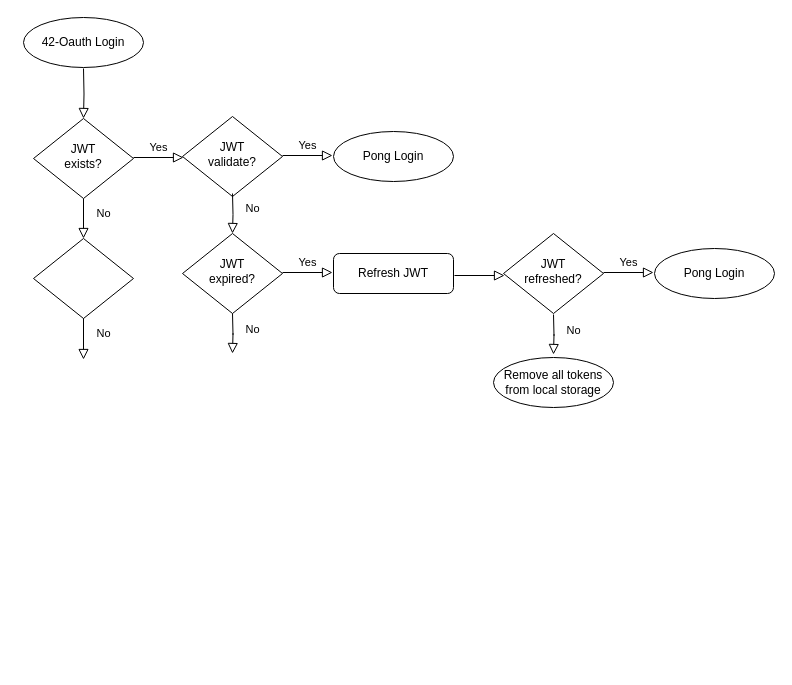
Above: transcendence-login.drawio in WallyPfister/transcendence (draw.io), before the change. Source tidied: cells renumbered, new cells numbered last; positions are measured from the earlier drawing's top-left corner, leaving out a move shared by most shapes. Both pictures are drawn from the tidied source at 100%, with x=0, y=0 at pixel (23, 17).
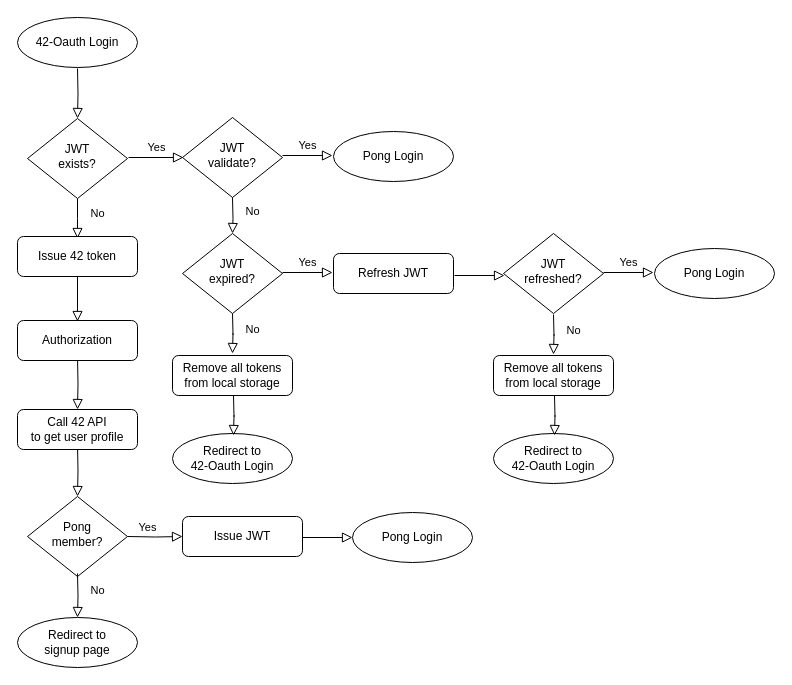
After the change.

Commit message (it also covers changes not shown here):
[DOCS] : Update login flowchart

Unchanged cells that the change refers to:
```xml
<mxCell id="14" value="JWT&lt;br&gt;expired?" style="rhombus;whiteSpace=wrap;html=1;shadow=0;fontFamily=Helvetica;fontSize=12;align=center;strokeWidth=1;spacing=6;spacingTop=-4;" parent="1" vertex="1">
  <mxGeometry x="159" y="216" width="100" height="80" as="geometry" />
</mxCell>
```

The edit, as a diff of the source:
```diff
@@
     <mxCell id="2" style="rounded=0;html=1;jettySize=auto;fontSize=11;endArrow=block;endFill=0;endSize=8;strokeWidth=1;shadow=0;labelBackgroundColor=none;edgeStyle=orthogonalEdgeStyle;" parent="1" edge="1" target="5">
       <mxGeometry relative="1" as="geometry">
-        <mxPoint x="60" y="51" as="sourcePoint" />
+        <mxPoint x="54" y="51" as="sourcePoint" />
       </mxGeometry>
     </mxCell>
-    <mxCell id="3" value="No" style="rounded=0;html=1;jettySize=auto;fontSize=11;endArrow=block;endFill=0;endSize=8;strokeWidth=1;shadow=0;labelBackgroundColor=none;edgeStyle=orthogonalEdgeStyle;" parent="1" edge="1" source="5" target="7">
-      <mxGeometry x="-0.25" y="20" relative="1" as="geometry" />
+    <mxCell id="3" value="No" style="rounded=0;html=1;jettySize=auto;fontSize=11;endArrow=block;endFill=0;endSize=8;strokeWidth=1;shadow=0;labelBackgroundColor=none;edgeStyle=orthogonalEdgeStyle;" parent="1" edge="1" source="5">
+      <mxGeometry x="-0.25" y="20" relative="1" as="geometry">
+        <mxPoint x="54" y="221" as="targetPoint" />
+      </mxGeometry>
     </mxCell>
-    <mxCell id="4" value="Yes" style="edgeStyle=orthogonalEdgeStyle;rounded=0;html=1;jettySize=auto;orthogonalLoop=1;fontSize=11;endArrow=block;endFill=0;endSize=8;strokeWidth=1;shadow=0;labelBackgroundColor=none;" parent="1" edge="1">
-      <mxGeometry y="10" relative="1" as="geometry">
-        <mxPoint x="110" y="140" as="sourcePoint" />
+    <mxCell id="4" value="Yes" style="edgeStyle=orthogonalEdgeStyle;rounded=0;html=1;jettySize=auto;orthogonalLoop=1;fontSize=11;endArrow=block;endFill=0;endSize=8;strokeWidth=1;shadow=0;labelBackgroundColor=none;entryX=0;entryY=0.5;entryDx=0;entryDy=0;" parent="1" edge="1">
+      <mxGeometry x="0.03" y="10" relative="1" as="geometry">
+        <mxPoint x="105" y="140" as="sourcePoint" />
         <mxPoint x="160" y="140" as="targetPoint" />
       </mxGeometry>
     </mxCell>
     <mxCell id="5" value="JWT&lt;br&gt;exists?" style="rhombus;whiteSpace=wrap;html=1;shadow=0;fontFamily=Helvetica;fontSize=12;align=center;strokeWidth=1;spacing=6;spacingTop=-4;" parent="1" vertex="1">
-      <mxGeometry x="10" y="101" width="100" height="80" as="geometry" />
+      <mxGeometry x="4" y="101" width="100" height="80" as="geometry" />
     </mxCell>
-    <mxCell id="6" value="No" style="rounded=0;html=1;jettySize=auto;orthogonalLoop=1;fontSize=11;endArrow=block;endFill=0;endSize=8;strokeWidth=1;shadow=0;labelBackgroundColor=none;edgeStyle=orthogonalEdgeStyle;" parent="1" edge="1">
+    <mxCell id="6" style="rounded=0;html=1;jettySize=auto;orthogonalLoop=1;fontSize=11;endArrow=block;endFill=0;endSize=8;strokeWidth=1;shadow=0;labelBackgroundColor=none;edgeStyle=orthogonalEdgeStyle;" parent="1" edge="1">
       <mxGeometry x="-0.16" y="20" relative="1" as="geometry">
-        <mxPoint x="60" y="297" as="sourcePoint" />
-        <mxPoint x="60" y="342" as="targetPoint" />
+        <mxPoint x="54" y="259" as="sourcePoint" />
+        <mxPoint x="54" y="304" as="targetPoint" />
       </mxGeometry>
     </mxCell>
-    <mxCell id="7" style="rhombus;whiteSpace=wrap;html=1;shadow=0;fontFamily=Helvetica;fontSize=12;align=center;strokeWidth=1;spacing=6;spacingTop=-4;" parent="1" vertex="1">
-      <mxGeometry x="10" y="221" width="100" height="80" as="geometry" />
-    </mxCell>
@@
     <mxCell id="9" value="42-Oauth Login" style="ellipse;whiteSpace=wrap;html=1;" parent="1" vertex="1">
-      <mxGeometry width="120" height="50" as="geometry" />
+      <mxGeometry x="-6" width="120" height="50" as="geometry" />
     </mxCell>
@@
     <mxCell id="11" value="JWT&lt;br&gt;validate?" style="rhombus;whiteSpace=wrap;html=1;shadow=0;fontFamily=Helvetica;fontSize=12;align=center;strokeWidth=1;spacing=6;spacingTop=-4;" parent="1" vertex="1">
-      <mxGeometry x="159" y="99" width="100" height="80" as="geometry" />
+      <mxGeometry x="159" y="100" width="100" height="80" as="geometry" />
     </mxCell>
@@
     <mxCell id="13" value="No" style="rounded=0;html=1;jettySize=auto;fontSize=11;endArrow=block;endFill=0;endSize=8;strokeWidth=1;shadow=0;labelBackgroundColor=none;edgeStyle=orthogonalEdgeStyle;" parent="1" edge="1" target="14">
       <mxGeometry x="-0.25" y="20" relative="1" as="geometry">
-        <mxPoint x="209" y="176" as="sourcePoint" />
+        <mxPoint x="209" y="180" as="sourcePoint" />
       </mxGeometry>
     </mxCell>
@@
-    <mxCell id="22" value="Remove all tokens&lt;br&gt;from local storage" style="ellipse;whiteSpace=wrap;html=1;" parent="1" vertex="1">
-      <mxGeometry x="470" y="340" width="120" height="50" as="geometry" />
-    </mxCell>
+    <mxCell id="23" value="Redirect to&lt;br&gt;42-Oauth Login" style="ellipse;whiteSpace=wrap;html=1;" parent="1" vertex="1">
+      <mxGeometry x="149" y="416" width="120" height="50" as="geometry" />
+    </mxCell>
+    <mxCell id="24" value="Remove all tokens&lt;br&gt;from local storage" style="rounded=1;whiteSpace=wrap;html=1;fontSize=12;glass=0;strokeWidth=1;shadow=0;" parent="1" vertex="1">
+      <mxGeometry x="149" y="338" width="120" height="40" as="geometry" />
+    </mxCell>
+    <mxCell id="25" style="rounded=0;html=1;jettySize=auto;orthogonalLoop=1;fontSize=11;endArrow=block;endFill=0;endSize=8;strokeWidth=1;shadow=0;labelBackgroundColor=none;edgeStyle=orthogonalEdgeStyle;" parent="1" edge="1">
+      <mxGeometry x="-0.25" y="20" relative="1" as="geometry">
+        <mxPoint x="210" y="378" as="sourcePoint" />
+        <mxPoint x="210" y="418" as="targetPoint" />
+      </mxGeometry>
+    </mxCell>
+    <mxCell id="26" value="Redirect to&lt;br&gt;42-Oauth Login" style="ellipse;whiteSpace=wrap;html=1;" parent="1" vertex="1">
+      <mxGeometry x="470" y="416" width="120" height="50" as="geometry" />
+    </mxCell>
+    <mxCell id="27" value="Remove all tokens&lt;br&gt;from local storage" style="rounded=1;whiteSpace=wrap;html=1;fontSize=12;glass=0;strokeWidth=1;shadow=0;" parent="1" vertex="1">
+      <mxGeometry x="470" y="338" width="120" height="40" as="geometry" />
+    </mxCell>
+    <mxCell id="28" style="rounded=0;html=1;jettySize=auto;orthogonalLoop=1;fontSize=11;endArrow=block;endFill=0;endSize=8;strokeWidth=1;shadow=0;labelBackgroundColor=none;edgeStyle=orthogonalEdgeStyle;" parent="1" edge="1">
+      <mxGeometry x="-0.25" y="20" relative="1" as="geometry">
+        <mxPoint x="531" y="378" as="sourcePoint" />
+        <mxPoint x="531" y="418" as="targetPoint" />
+      </mxGeometry>
+    </mxCell>
+    <mxCell id="29" value="Issue 42 token" style="rounded=1;whiteSpace=wrap;html=1;fontSize=12;glass=0;strokeWidth=1;shadow=0;" parent="1" vertex="1">
+      <mxGeometry x="-6" y="219" width="120" height="40" as="geometry" />
+    </mxCell>
+    <mxCell id="30" style="rounded=0;html=1;jettySize=auto;fontSize=11;endArrow=block;endFill=0;endSize=8;strokeWidth=1;shadow=0;labelBackgroundColor=none;edgeStyle=orthogonalEdgeStyle;entryX=0.5;entryY=0;entryDx=0;entryDy=0;" parent="1" edge="1" target="33">
+      <mxGeometry x="-0.16" y="20" relative="1" as="geometry">
+        <mxPoint x="54" y="340" as="sourcePoint" />
+      </mxGeometry>
+    </mxCell>
+    <mxCell id="31" value="Authorization" style="rounded=1;whiteSpace=wrap;html=1;fontSize=12;glass=0;strokeWidth=1;shadow=0;" parent="1" vertex="1">
+      <mxGeometry x="-6" y="303" width="120" height="40" as="geometry" />
+    </mxCell>
+    <mxCell id="32" style="rounded=0;html=1;jettySize=auto;fontSize=11;endArrow=block;endFill=0;endSize=8;strokeWidth=1;shadow=0;labelBackgroundColor=none;edgeStyle=orthogonalEdgeStyle;entryX=0.5;entryY=0;entryDx=0;entryDy=0;" parent="1" edge="1" target="34">
+      <mxGeometry x="-0.16" y="20" relative="1" as="geometry">
+        <mxPoint x="54" y="427" as="sourcePoint" />
+      </mxGeometry>
+    </mxCell>
+    <mxCell id="33" value="Call 42 API&lt;br&gt;to get user profile" style="rounded=1;whiteSpace=wrap;html=1;fontSize=12;glass=0;strokeWidth=1;shadow=0;" parent="1" vertex="1">
+      <mxGeometry x="-6" y="392" width="120" height="40" as="geometry" />
+    </mxCell>
+    <mxCell id="34" value="Pong&lt;br&gt;member?" style="rhombus;whiteSpace=wrap;html=1;shadow=0;fontFamily=Helvetica;fontSize=12;align=center;strokeWidth=1;spacing=6;spacingTop=-4;" parent="1" vertex="1">
+      <mxGeometry x="4" y="479" width="100" height="80" as="geometry" />
+    </mxCell>
+    <mxCell id="35" value="Yes" style="edgeStyle=orthogonalEdgeStyle;rounded=0;html=1;jettySize=auto;fontSize=11;endArrow=block;endFill=0;endSize=8;strokeWidth=1;shadow=0;labelBackgroundColor=none;entryX=0;entryY=0.5;entryDx=0;entryDy=0;" parent="1" edge="1" target="38">
+      <mxGeometry x="-0.29" y="9" relative="1" as="geometry">
+        <mxPoint x="104" y="519" as="sourcePoint" />
+      </mxGeometry>
+    </mxCell>
+    <mxCell id="36" value="No" style="rounded=0;html=1;jettySize=auto;fontSize=11;endArrow=block;endFill=0;endSize=8;strokeWidth=1;shadow=0;labelBackgroundColor=none;edgeStyle=orthogonalEdgeStyle;entryX=0.5;entryY=0;entryDx=0;entryDy=0;" parent="1" edge="1" target="37">
+      <mxGeometry x="-0.25" y="20" relative="1" as="geometry">
+        <mxPoint x="54" y="556" as="sourcePoint" />
+      </mxGeometry>
+    </mxCell>
+    <mxCell id="37" value="Redirect to&lt;br&gt;signup page" style="ellipse;whiteSpace=wrap;html=1;" parent="1" vertex="1">
+      <mxGeometry x="-6" y="600" width="120" height="50" as="geometry" />
+    </mxCell>
+    <mxCell id="38" value="Issue JWT" style="rounded=1;whiteSpace=wrap;html=1;fontSize=12;glass=0;strokeWidth=1;shadow=0;" parent="1" vertex="1">
+      <mxGeometry x="159" y="499" width="120" height="40" as="geometry" />
+    </mxCell>
+    <mxCell id="39" style="edgeStyle=orthogonalEdgeStyle;rounded=0;html=1;jettySize=auto;orthogonalLoop=1;fontSize=11;endArrow=block;endFill=0;endSize=8;strokeWidth=1;shadow=0;labelBackgroundColor=none;" parent="1" edge="1">
+      <mxGeometry y="10" relative="1" as="geometry">
+        <mxPoint x="279" y="520" as="sourcePoint" />
+        <mxPoint x="329" y="520" as="targetPoint" />
+      </mxGeometry>
+    </mxCell>
+    <mxCell id="40" value="Pong Login" style="ellipse;whiteSpace=wrap;html=1;" parent="1" vertex="1">
+      <mxGeometry x="329" y="495" width="120" height="50" as="geometry" />
+    </mxCell>
```
